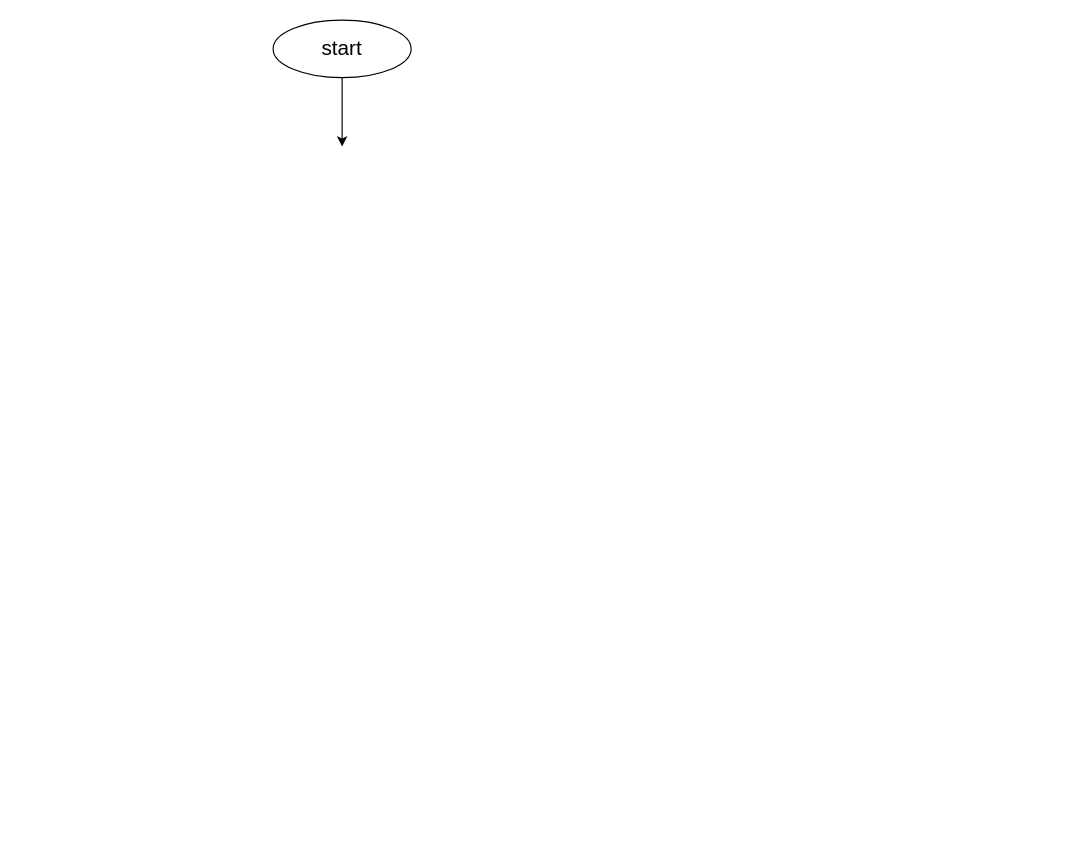
Above: page "acuqire authorization" (3 of 4) of Untitled Diagram.drawio in 1102131860/CAN201 (draw.io), before the change. Source tidied: cells renumbered, new cells numbered last; positions are measured from the earlier drawing's top-left corner, leaving out a move shared by most shapes. Both pictures are drawn from the tidied source at 115%, with x=0, y=0 at pixel (273, 20).
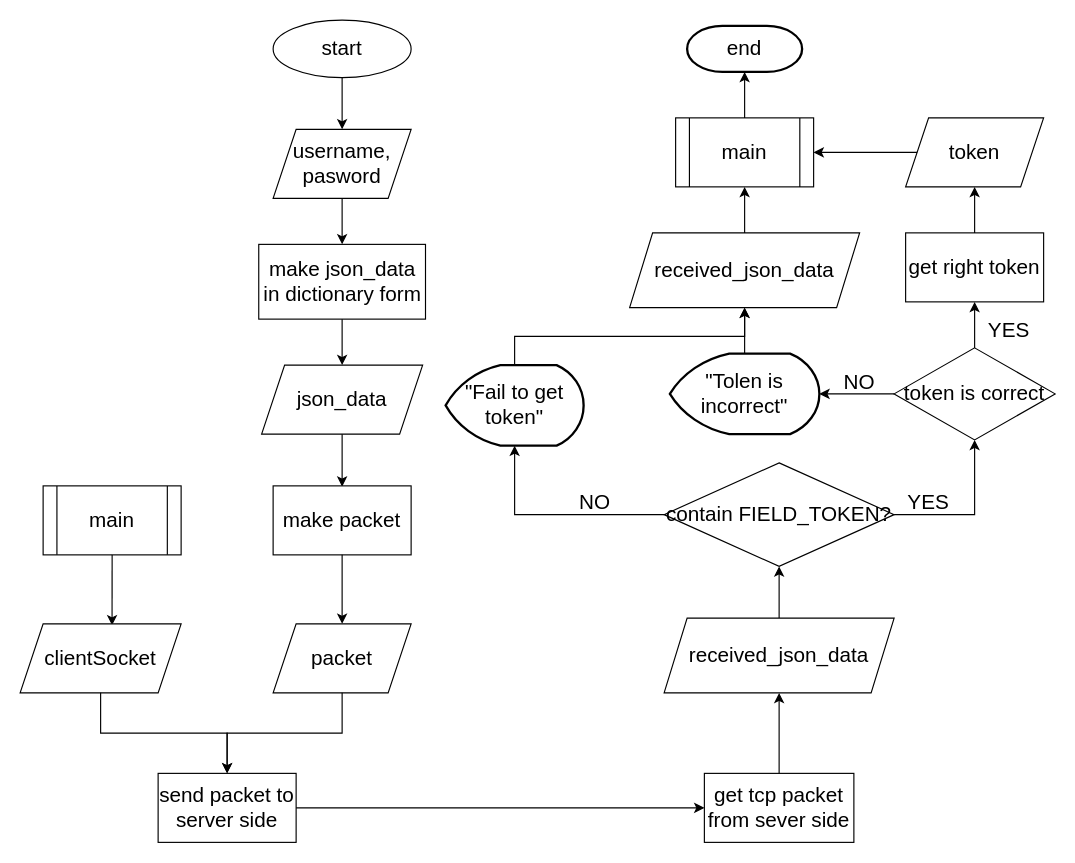
Above is the later version.

The change refers to these unchanged cells:
```xml
<mxCell id="2" value="start" style="ellipse;whiteSpace=wrap;html=1;fontSize=18;" parent="1" vertex="1">
  <mxGeometry width="120" height="50" as="geometry" />
</mxCell>
```

The edit, as a diff of the source:
```diff
@@
+    <mxCell id="3" style="endArrow=classic;html=1;rounded=0;fontSize=18;elbow=vertical;entryX=0.5;entryY=0;entryDx=0;entryDy=0;" parent="1" edge="1" source="15" target="17">
+      <mxGeometry relative="1" as="geometry" />
+    </mxCell>
+    <mxCell id="4" value="json_data" style="shape=parallelogram;perimeter=parallelogramPerimeter;whiteSpace=wrap;html=1;fixedSize=1;fontSize=18;" parent="1" vertex="1">
+      <mxGeometry x="-10" y="300" width="140" height="60" as="geometry" />
+    </mxCell>
+    <mxCell id="5" style="endArrow=classic;html=1;rounded=0;fontSize=18;" parent="1" edge="1" source="4">
+      <mxGeometry relative="1" as="geometry">
+        <mxPoint x="60" y="405.7" as="targetPoint" />
+      </mxGeometry>
+    </mxCell>
+    <mxCell id="6" value="make packet" style="rounded=0;whiteSpace=wrap;html=1;fontSize=18;" parent="1" vertex="1">
+      <mxGeometry y="405" width="120" height="60" as="geometry" />
+    </mxCell>
+    <mxCell id="7" value="main" style="shape=process;whiteSpace=wrap;html=1;backgroundOutline=1;fontSize=18;" parent="1" vertex="1">
+      <mxGeometry x="-200" y="405" width="120" height="60" as="geometry" />
+    </mxCell>
+    <mxCell id="8" style="endArrow=classic;html=1;rounded=0;fontSize=18;exitX=0.5;exitY=1;exitDx=0;exitDy=0;entryX=0.571;entryY=0.02;entryDx=0;entryDy=0;entryPerimeter=0;" parent="1" edge="1" source="7" target="11">
+      <mxGeometry relative="1" as="geometry" />
+    </mxCell>
+    <mxCell id="9" style="endArrow=classic;html=1;rounded=0;fontSize=18;exitX=0.5;exitY=1;exitDx=0;exitDy=0;" parent="1" edge="1" source="6">
+      <mxGeometry relative="1" as="geometry">
+        <mxPoint x="60" y="525" as="targetPoint" />
+      </mxGeometry>
+    </mxCell>
+    <mxCell id="10" value="packet" style="shape=parallelogram;perimeter=parallelogramPerimeter;whiteSpace=wrap;html=1;fixedSize=1;fontSize=18;" parent="1" vertex="1">
+      <mxGeometry y="525" width="120" height="60" as="geometry" />
+    </mxCell>
+    <mxCell id="11" value="clientSocket" style="shape=parallelogram;perimeter=parallelogramPerimeter;whiteSpace=wrap;html=1;fixedSize=1;fontSize=18;" parent="1" vertex="1">
+      <mxGeometry x="-220" y="525" width="140" height="60" as="geometry" />
+    </mxCell>
+    <mxCell id="12" value="send packet to server side" style="rounded=0;whiteSpace=wrap;html=1;fontSize=18;" parent="1" vertex="1">
+      <mxGeometry x="-100" y="655" width="120" height="60" as="geometry" />
+    </mxCell>
+    <mxCell id="13" style="endArrow=classic;html=1;rounded=0;fontSize=18;exitX=0.5;exitY=1;exitDx=0;exitDy=0;entryX=0.5;entryY=0;entryDx=0;entryDy=0;edgeStyle=orthogonalEdgeStyle;" parent="1" edge="1" source="11" target="12">
+      <mxGeometry relative="1" as="geometry" />
+    </mxCell>
+    <mxCell id="14" style="endArrow=classic;html=1;rounded=0;fontSize=18;exitX=0.5;exitY=1;exitDx=0;exitDy=0;entryX=0.5;entryY=0;entryDx=0;entryDy=0;edgeStyle=orthogonalEdgeStyle;" parent="1" edge="1" source="10" target="12">
+      <mxGeometry relative="1" as="geometry" />
+    </mxCell>
@@
-    <mxCell id="3" style="endArrow=classic;html=1;rounded=0;fontSize=18;elbow=vertical;exitX=0.5;exitY=1;exitDx=0;exitDy=0;" parent="1" edge="1" source="2">
-      <mxGeometry relative="1" as="geometry">
-        <mxPoint x="60" y="110" as="targetPoint" />
-      </mxGeometry>
-    </mxCell>
+    <mxCell id="15" value="username,&lt;br&gt;pasword" style="shape=parallelogram;perimeter=parallelogramPerimeter;whiteSpace=wrap;html=1;fixedSize=1;fontSize=18;" parent="1" vertex="1">
+      <mxGeometry y="95" width="120" height="60" as="geometry" />
+    </mxCell>
+    <mxCell id="16" style="endArrow=classic;html=1;rounded=0;fontSize=18;exitX=0.5;exitY=1;exitDx=0;exitDy=0;entryX=0.5;entryY=0;entryDx=0;entryDy=0;" parent="1" edge="1" source="2" target="15">
+      <mxGeometry relative="1" as="geometry" />
+    </mxCell>
+    <mxCell id="17" value="make json_data in dictionary form" style="rounded=0;whiteSpace=wrap;html=1;fontSize=18;" parent="1" vertex="1">
+      <mxGeometry x="-12.5" y="195" width="145" height="65" as="geometry" />
+    </mxCell>
+    <mxCell id="18" style="endArrow=classic;html=1;rounded=0;fontSize=18;exitX=0.5;exitY=1;exitDx=0;exitDy=0;entryX=0.5;entryY=0;entryDx=0;entryDy=0;" parent="1" edge="1" source="17" target="4">
+      <mxGeometry relative="1" as="geometry" />
+    </mxCell>
+    <mxCell id="19" style="endArrow=classic;html=1;rounded=0;fontSize=18;exitX=1;exitY=0.5;exitDx=0;exitDy=0;entryX=0;entryY=0.5;entryDx=0;entryDy=0;" parent="1" edge="1" source="12" target="20">
+      <mxGeometry relative="1" as="geometry" />
+    </mxCell>
+    <mxCell id="20" value="get tcp packet from sever side" style="rounded=0;whiteSpace=wrap;html=1;fontSize=18;" parent="1" vertex="1">
+      <mxGeometry x="375" y="655" width="130" height="60" as="geometry" />
+    </mxCell>
+    <mxCell id="21" value="received_json_data" style="shape=parallelogram;perimeter=parallelogramPerimeter;whiteSpace=wrap;html=1;fixedSize=1;fontSize=18;" parent="1" vertex="1">
+      <mxGeometry x="340" y="520" width="200" height="65" as="geometry" />
+    </mxCell>
+    <mxCell id="22" style="endArrow=classic;html=1;rounded=0;fontSize=18;exitX=0.5;exitY=0;exitDx=0;exitDy=0;entryX=0.5;entryY=1;entryDx=0;entryDy=0;" parent="1" edge="1" source="20" target="21">
+      <mxGeometry relative="1" as="geometry" />
+    </mxCell>
+    <mxCell id="23" value="contain FIELD_TOKEN?" style="rhombus;whiteSpace=wrap;html=1;fontSize=18;" parent="1" vertex="1">
+      <mxGeometry x="340" y="385" width="200" height="90" as="geometry" />
+    </mxCell>
+    <mxCell id="24" style="endArrow=classic;html=1;rounded=0;fontSize=18;exitX=0.5;exitY=0;exitDx=0;exitDy=0;entryX=0.5;entryY=1;entryDx=0;entryDy=0;" parent="1" edge="1" source="21" target="23">
+      <mxGeometry relative="1" as="geometry" />
+    </mxCell>
+    <mxCell id="25" style="endArrow=classic;html=1;rounded=0;fontSize=18;exitX=0;exitY=0.5;exitDx=0;exitDy=0;edgeStyle=orthogonalEdgeStyle;entryX=0.5;entryY=1;entryDx=0;entryDy=0;entryPerimeter=0;" parent="1" edge="1" source="23" target="26">
+      <mxGeometry relative="1" as="geometry">
+        <Array as="points">
+          <mxPoint x="210" y="430" />
+        </Array>
+      </mxGeometry>
+    </mxCell>
+    <mxCell id="26" value="&quot;Fail to get token&quot;" style="strokeWidth=2;html=1;shape=mxgraph.flowchart.display;whiteSpace=wrap;fontSize=18;" parent="1" vertex="1">
+      <mxGeometry x="150" y="300" width="120" height="70" as="geometry" />
+    </mxCell>
+    <mxCell id="27" value="NO" style="text;html=1;strokeColor=none;fillColor=none;align=center;verticalAlign=middle;whiteSpace=wrap;rounded=0;fontSize=18;" parent="1" vertex="1">
+      <mxGeometry x="250" y="405" width="60" height="30" as="geometry" />
+    </mxCell>
+    <mxCell id="28" style="endArrow=classic;html=1;rounded=0;fontSize=18;exitX=1;exitY=0.5;exitDx=0;exitDy=0;entryX=0.5;entryY=1;entryDx=0;entryDy=0;edgeStyle=orthogonalEdgeStyle;" parent="1" edge="1" source="23" target="30">
+      <mxGeometry relative="1" as="geometry" />
+    </mxCell>
+    <mxCell id="29" style="endArrow=classic;html=1;rounded=0;fontSize=18;exitX=0;exitY=0.5;exitDx=0;exitDy=0;entryX=1;entryY=0.5;entryDx=0;entryDy=0;entryPerimeter=0;" parent="1" edge="1" source="30" target="31">
+      <mxGeometry relative="1" as="geometry" />
+    </mxCell>
+    <mxCell id="30" value="token is correct" style="rhombus;whiteSpace=wrap;html=1;fontSize=18;" parent="1" vertex="1">
+      <mxGeometry x="540" y="285" width="140" height="80" as="geometry" />
+    </mxCell>
+    <mxCell id="31" value="&quot;Tolen is incorrect&quot;" style="strokeWidth=2;html=1;shape=mxgraph.flowchart.display;whiteSpace=wrap;fontSize=18;" parent="1" vertex="1">
+      <mxGeometry x="345" y="290" width="130" height="70" as="geometry" />
+    </mxCell>
+    <mxCell id="32" value="YES" style="text;html=1;strokeColor=none;fillColor=none;align=center;verticalAlign=middle;whiteSpace=wrap;rounded=0;fontSize=18;" parent="1" vertex="1">
+      <mxGeometry x="540" y="405" width="60" height="30" as="geometry" />
+    </mxCell>
+    <mxCell id="33" style="endArrow=classic;html=1;rounded=0;fontSize=18;exitX=0.5;exitY=0;exitDx=0;exitDy=0;entryX=0.5;entryY=1;entryDx=0;entryDy=0;edgeStyle=orthogonalEdgeStyle;" parent="1" edge="1" source="30" target="34">
+      <mxGeometry relative="1" as="geometry" />
+    </mxCell>
+    <mxCell id="34" value="get right token" style="rounded=0;whiteSpace=wrap;html=1;fontSize=18;" parent="1" vertex="1">
+      <mxGeometry x="550" y="185" width="120" height="60" as="geometry" />
+    </mxCell>
+    <mxCell id="35" value="main" style="shape=process;whiteSpace=wrap;html=1;backgroundOutline=1;fontSize=18;" parent="1" vertex="1">
+      <mxGeometry x="350" y="85" width="120" height="60" as="geometry" />
+    </mxCell>
+    <mxCell id="36" value="token" style="shape=parallelogram;perimeter=parallelogramPerimeter;whiteSpace=wrap;html=1;fixedSize=1;fontSize=18;" parent="1" vertex="1">
+      <mxGeometry x="550" y="85" width="120" height="60" as="geometry" />
+    </mxCell>
+    <mxCell id="37" style="endArrow=classic;html=1;rounded=0;fontSize=18;exitX=0.5;exitY=0;exitDx=0;exitDy=0;" parent="1" edge="1" source="34" target="36">
+      <mxGeometry relative="1" as="geometry" />
+    </mxCell>
+    <mxCell id="38" style="endArrow=classic;html=1;rounded=0;fontSize=18;exitX=0;exitY=0.5;exitDx=0;exitDy=0;entryX=1;entryY=0.5;entryDx=0;entryDy=0;" parent="1" edge="1" source="36" target="35">
+      <mxGeometry relative="1" as="geometry" />
+    </mxCell>
+    <mxCell id="39" value="YES" style="text;html=1;strokeColor=none;fillColor=none;align=center;verticalAlign=middle;whiteSpace=wrap;rounded=0;fontSize=18;" parent="1" vertex="1">
+      <mxGeometry x="610" y="255" width="60" height="30" as="geometry" />
+    </mxCell>
+    <mxCell id="40" value="NO" style="text;html=1;strokeColor=none;fillColor=none;align=center;verticalAlign=middle;whiteSpace=wrap;rounded=0;fontSize=18;" parent="1" vertex="1">
+      <mxGeometry x="480" y="300" width="60" height="30" as="geometry" />
+    </mxCell>
+    <mxCell id="41" value="end" style="strokeWidth=2;html=1;shape=mxgraph.flowchart.terminator;whiteSpace=wrap;fontSize=18;" parent="1" vertex="1">
+      <mxGeometry x="360" y="5" width="100" height="40" as="geometry" />
+    </mxCell>
+    <mxCell id="42" style="endArrow=classic;html=1;rounded=0;fontSize=18;exitX=0.5;exitY=0;exitDx=0;exitDy=0;entryX=0.5;entryY=1;entryDx=0;entryDy=0;entryPerimeter=0;" parent="1" edge="1" source="35" target="41">
+      <mxGeometry relative="1" as="geometry" />
+    </mxCell>
+    <mxCell id="43" value="received_json_data" style="shape=parallelogram;perimeter=parallelogramPerimeter;whiteSpace=wrap;html=1;fixedSize=1;fontSize=18;" parent="1" vertex="1">
+      <mxGeometry x="310" y="185" width="200" height="65" as="geometry" />
+    </mxCell>
+    <mxCell id="44" style="endArrow=classic;html=1;rounded=0;fontSize=18;exitX=0.5;exitY=0;exitDx=0;exitDy=0;exitPerimeter=0;entryX=0.5;entryY=1;entryDx=0;entryDy=0;edgeStyle=orthogonalEdgeStyle;" parent="1" edge="1" source="26" target="43">
+      <mxGeometry relative="1" as="geometry" />
+    </mxCell>
+    <mxCell id="45" style="endArrow=classic;html=1;rounded=0;fontSize=18;exitX=0.5;exitY=0;exitDx=0;exitDy=0;exitPerimeter=0;entryX=0.5;entryY=1;entryDx=0;entryDy=0;" parent="1" edge="1" source="31" target="43">
+      <mxGeometry relative="1" as="geometry" />
+    </mxCell>
+    <mxCell id="46" style="endArrow=classic;html=1;rounded=0;fontSize=18;exitX=0.5;exitY=0;exitDx=0;exitDy=0;entryX=0.5;entryY=1;entryDx=0;entryDy=0;" parent="1" edge="1" source="43" target="35">
+      <mxGeometry relative="1" as="geometry" />
+    </mxCell>
```
